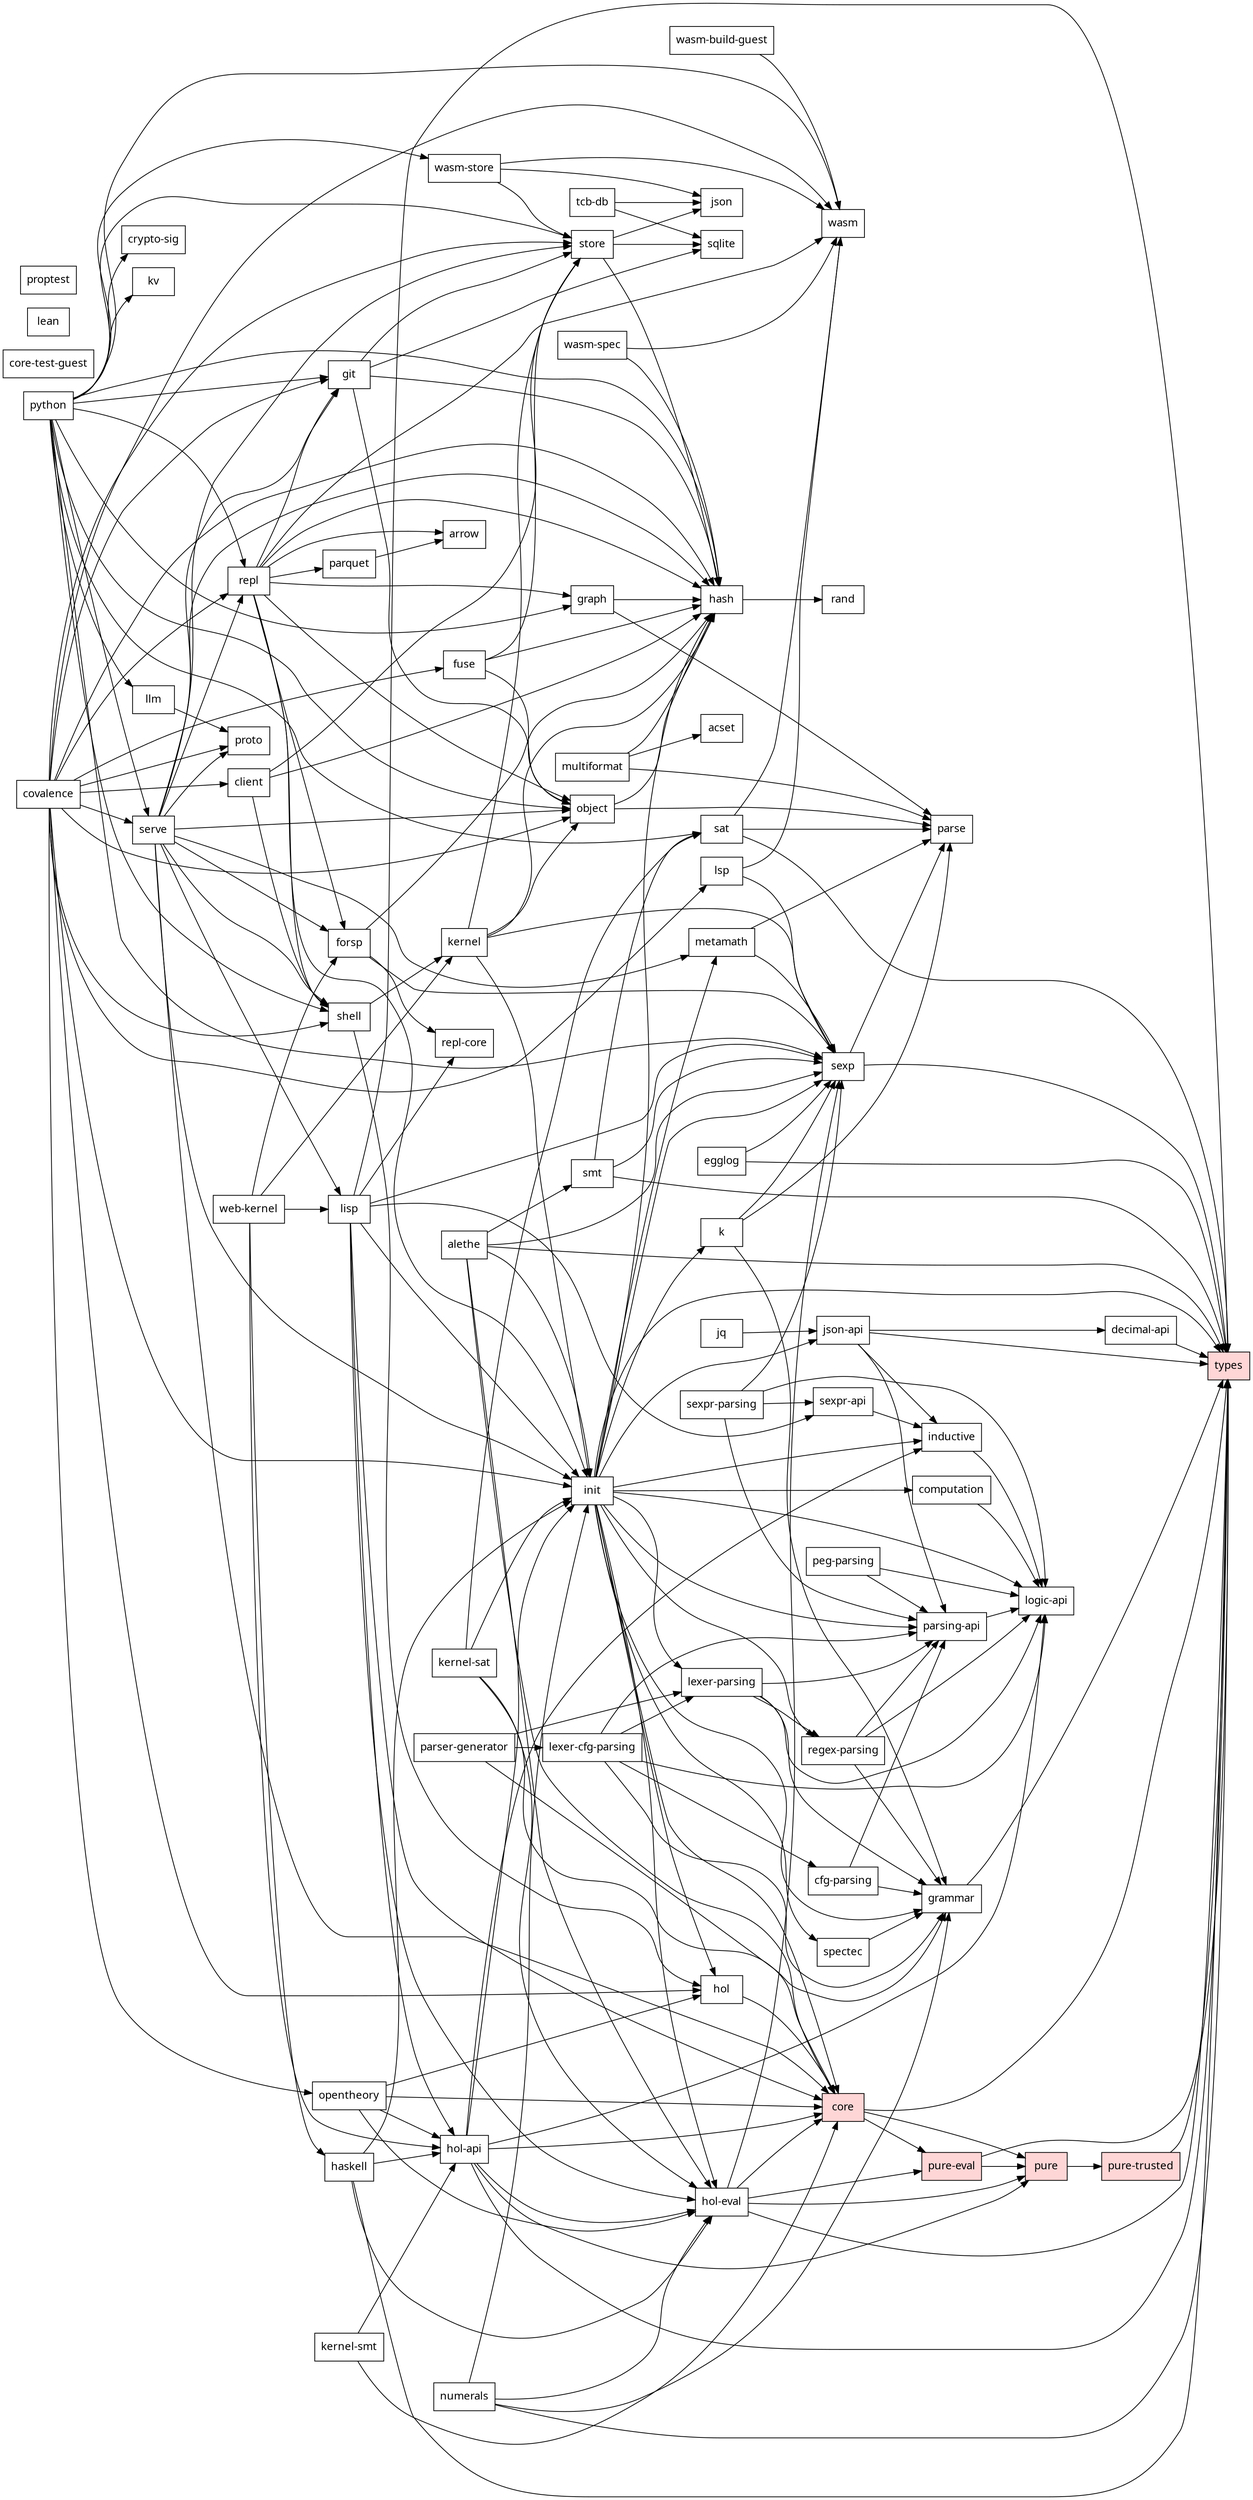
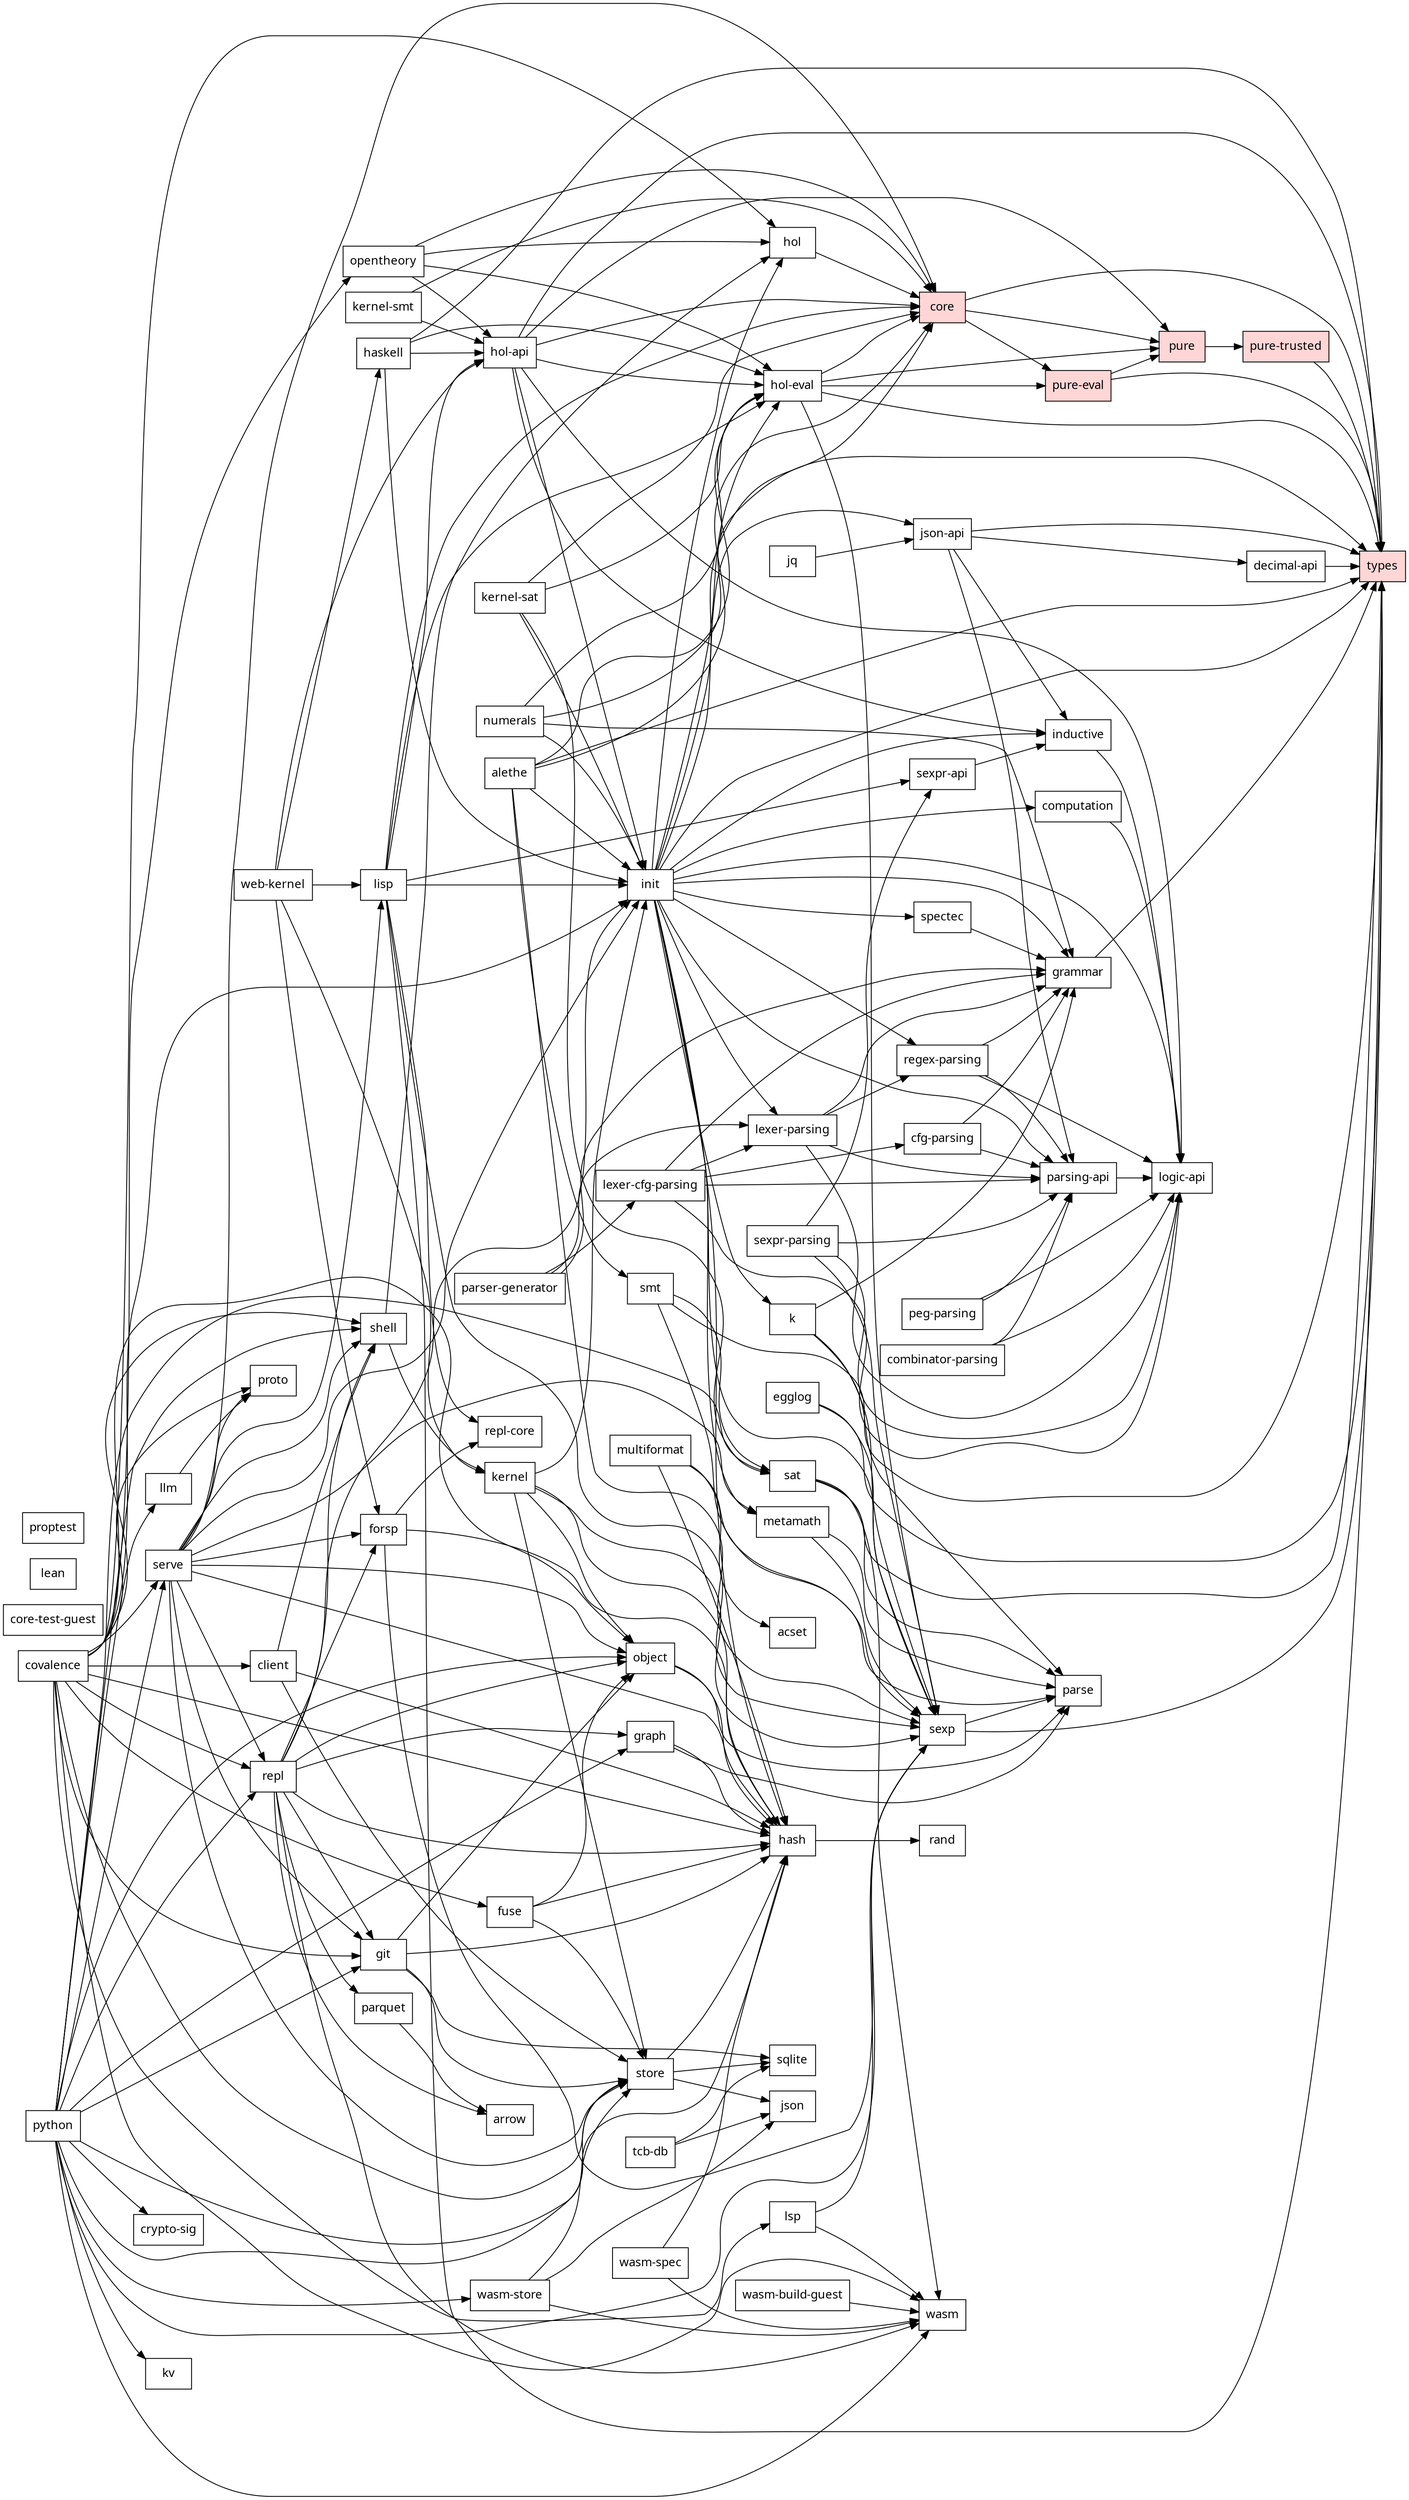
// Generated by scripts/dep-graph.mjs — do not edit (run `bun run deps`).
digraph deps {
  rankdir=LR;
  node [shape=box, fontname="sans-serif"];
  "covalence";
  "acset";
  "alethe";
  "arrow";
  "cfg-parsing";
  "client";
+   "combinator-parsing";
  "computation";
  "core" [style=filled, fillcolor="#ffd6d6"];
  "core-test-guest";
  "crypto-sig";
  "decimal-api";
  "egglog";
  "forsp";
  "fuse";
  "git";
  "grammar";
  "graph";
  "hash";
  "haskell";
  "hol";
  "hol-api";
  "hol-eval";
  "inductive";
  "init";
  "jq";
  "json";
  "json-api";
  "k";
  "kernel";
  "kernel-sat";
  "kernel-smt";
  "kv";
  "lean";
  "lexer-cfg-parsing";
  "lexer-parsing";
  "lisp";
  "llm";
  "logic-api";
  "lsp";
  "metamath";
  "multiformat";
  "numerals";
  "object";
  "opentheory";
  "parquet";
  "parse";
  "parser-generator";
  "parsing-api";
  "peg-parsing";
  "proptest";
  "proto";
  "pure" [style=filled, fillcolor="#ffd6d6"];
  "pure-eval" [style=filled, fillcolor="#ffd6d6"];
  "pure-trusted" [style=filled, fillcolor="#ffd6d6"];
  "python";
  "rand";
  "regex-parsing";
  "repl";
  "repl-core";
  "sat";
  "serve";
  "sexp";
  "sexpr-api";
  "sexpr-parsing";
  "shell";
  "smt";
  "spectec";
  "sqlite";
  "store";
  "tcb-db";
  "types" [style=filled, fillcolor="#ffd6d6"];
  "wasm";
  "wasm-build-guest";
  "wasm-spec";
  "wasm-store";
  "web-kernel";
  "covalence" -> "client";
  "covalence" -> "fuse";
  "covalence" -> "git";
  "covalence" -> "hash";
  "covalence" -> "hol";
  "covalence" -> "init";
  "covalence" -> "lsp";
  "covalence" -> "object";
  "covalence" -> "opentheory";
  "covalence" -> "proto";
  "covalence" -> "repl";
  "covalence" -> "serve";
  "covalence" -> "shell";
  "covalence" -> "store";
  "covalence" -> "wasm";
  "alethe" -> "core";
  "alethe" -> "hol-eval";
  "alethe" -> "init";
  "alethe" -> "sexp";
  "alethe" -> "smt";
  "alethe" -> "types";
  "cfg-parsing" -> "grammar";
  "cfg-parsing" -> "parsing-api";
  "client" -> "hash";
  "client" -> "shell";
  "client" -> "store";
+   "combinator-parsing" -> "logic-api";
+   "combinator-parsing" -> "parsing-api";
  "computation" -> "logic-api";
  "core" -> "pure";
  "core" -> "pure-eval";
  "core" -> "types";
  "decimal-api" -> "types";
  "egglog" -> "sexp";
  "egglog" -> "types";
  "forsp" -> "hash";
  "forsp" -> "repl-core";
  "forsp" -> "sexp";
  "fuse" -> "hash";
  "fuse" -> "object";
  "fuse" -> "store";
  "git" -> "hash";
  "git" -> "object";
  "git" -> "sqlite";
  "git" -> "store";
  "grammar" -> "types";
  "graph" -> "hash";
  "graph" -> "parse";
  "hash" -> "rand";
  "haskell" -> "hol-api";
  "haskell" -> "hol-eval";
  "haskell" -> "init";
  "haskell" -> "types";
  "hol" -> "core";
  "hol-api" -> "core";
  "hol-api" -> "hol-eval";
  "hol-api" -> "inductive";
  "hol-api" -> "init";
  "hol-api" -> "logic-api";
  "hol-api" -> "pure";
  "hol-api" -> "types";
  "hol-eval" -> "core";
  "hol-eval" -> "pure";
  "hol-eval" -> "pure-eval";
  "hol-eval" -> "sexp";
  "hol-eval" -> "types";
  "inductive" -> "logic-api";
  "init" -> "computation";
  "init" -> "core";
  "init" -> "grammar";
  "init" -> "hash";
  "init" -> "hol";
  "init" -> "hol-eval";
  "init" -> "inductive";
  "init" -> "json-api";
  "init" -> "k";
  "init" -> "lexer-parsing";
  "init" -> "logic-api";
  "init" -> "metamath";
  "init" -> "parsing-api";
  "init" -> "regex-parsing";
  "init" -> "sexp";
  "init" -> "spectec";
  "init" -> "types";
  "jq" -> "json-api";
  "json-api" -> "decimal-api";
  "json-api" -> "inductive";
  "json-api" -> "parsing-api";
  "json-api" -> "types";
  "k" -> "grammar";
  "k" -> "parse";
  "k" -> "sexp";
  "kernel" -> "hash";
  "kernel" -> "init";
  "kernel" -> "object";
  "kernel" -> "sexp";
  "kernel" -> "store";
  "kernel-sat" -> "core";
  "kernel-sat" -> "hol-eval";
  "kernel-sat" -> "init";
  "kernel-sat" -> "sat";
  "kernel-smt" -> "core";
  "kernel-smt" -> "hol-api";
  "lexer-cfg-parsing" -> "cfg-parsing";
  "lexer-cfg-parsing" -> "grammar";
  "lexer-cfg-parsing" -> "lexer-parsing";
  "lexer-cfg-parsing" -> "logic-api";
  "lexer-cfg-parsing" -> "parsing-api";
  "lexer-parsing" -> "grammar";
  "lexer-parsing" -> "logic-api";
  "lexer-parsing" -> "parsing-api";
  "lexer-parsing" -> "regex-parsing";
  "lisp" -> "core";
  "lisp" -> "hol-api";
  "lisp" -> "hol-eval";
  "lisp" -> "init";
  "lisp" -> "repl-core";
  "lisp" -> "sexp";
  "lisp" -> "sexpr-api";
  "lisp" -> "types";
  "llm" -> "proto";
  "lsp" -> "sexp";
  "lsp" -> "wasm";
  "metamath" -> "parse";
  "metamath" -> "sexp";
  "multiformat" -> "acset";
  "multiformat" -> "hash";
  "multiformat" -> "parse";
  "numerals" -> "grammar";
  "numerals" -> "hol-eval";
  "numerals" -> "init";
  "numerals" -> "types";
  "object" -> "hash";
  "object" -> "parse";
  "opentheory" -> "core";
  "opentheory" -> "hol";
  "opentheory" -> "hol-api";
  "opentheory" -> "hol-eval";
  "parquet" -> "arrow";
  "parser-generator" -> "grammar";
  "parser-generator" -> "lexer-cfg-parsing";
  "parser-generator" -> "lexer-parsing";
  "parsing-api" -> "logic-api";
  "peg-parsing" -> "logic-api";
  "peg-parsing" -> "parsing-api";
  "pure" -> "pure-trusted";
  "pure-eval" -> "pure";
  "pure-eval" -> "types";
  "pure-trusted" -> "types";
  "python" -> "crypto-sig";
  "python" -> "git";
  "python" -> "graph";
  "python" -> "hash";
  "python" -> "kv";
  "python" -> "llm";
  "python" -> "object";
  "python" -> "repl";
  "python" -> "sat";
  "python" -> "serve";
  "python" -> "sexp";
  "python" -> "shell";
  "python" -> "store";
  "python" -> "wasm";
  "python" -> "wasm-store";
  "regex-parsing" -> "grammar";
  "regex-parsing" -> "logic-api";
  "regex-parsing" -> "parsing-api";
  "repl" -> "arrow";
  "repl" -> "forsp";
  "repl" -> "git";
  "repl" -> "graph";
  "repl" -> "hash";
  "repl" -> "init";
  "repl" -> "object";
  "repl" -> "parquet";
  "repl" -> "shell";
  "repl" -> "wasm";
  "sat" -> "parse";
  "sat" -> "types";
  "sat" -> "wasm";
  "serve" -> "core";
  "serve" -> "forsp";
  "serve" -> "git";
  "serve" -> "hash";
  "serve" -> "init";
  "serve" -> "lisp";
  "serve" -> "metamath";
  "serve" -> "object";
  "serve" -> "proto";
  "serve" -> "repl";
  "serve" -> "shell";
  "serve" -> "store";
  "sexp" -> "parse";
  "sexp" -> "types";
  "sexpr-api" -> "inductive";
  "sexpr-parsing" -> "logic-api";
  "sexpr-parsing" -> "parsing-api";
  "sexpr-parsing" -> "sexp";
  "sexpr-parsing" -> "sexpr-api";
  "shell" -> "hol";
  "shell" -> "kernel";
  "smt" -> "sat";
  "smt" -> "sexp";
  "smt" -> "types";
  "spectec" -> "grammar";
  "store" -> "hash";
  "store" -> "json";
  "store" -> "sqlite";
  "tcb-db" -> "json";
  "tcb-db" -> "sqlite";
  "wasm-build-guest" -> "wasm";
  "wasm-spec" -> "hash";
  "wasm-spec" -> "wasm";
  "wasm-store" -> "json";
  "wasm-store" -> "store";
  "wasm-store" -> "wasm";
  "web-kernel" -> "forsp";
  "web-kernel" -> "haskell";
  "web-kernel" -> "hol-api";
  "web-kernel" -> "kernel";
  "web-kernel" -> "lisp";
}
